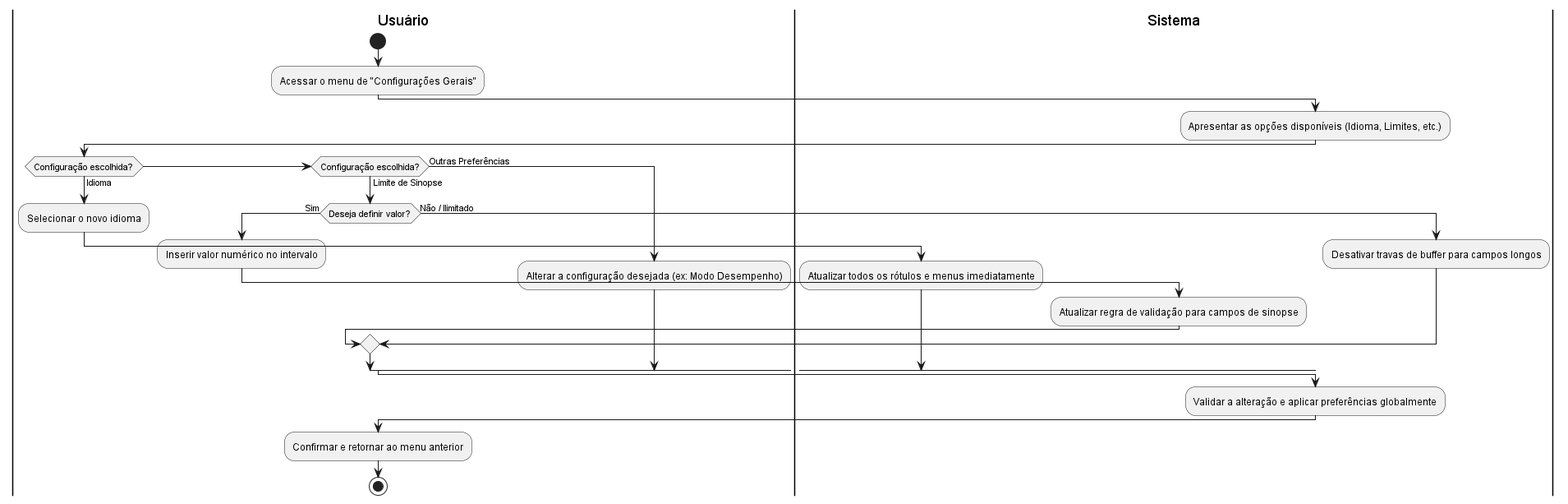
Above: docs/casosUso/imagens/diagramas_atividade/diagrama_UC14.png in aspiringluke/Projeto-Integrado-Mobile (PlantUML), before the change.
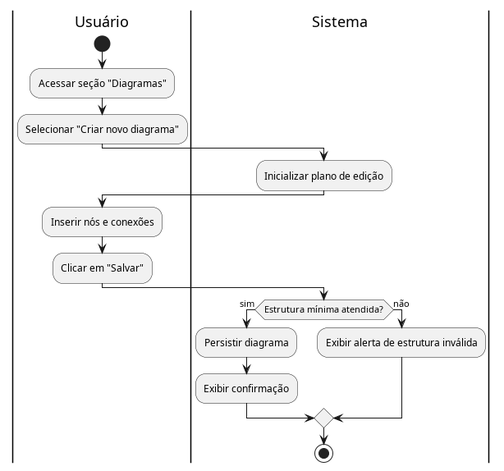
The same diagram one commit later.

What changed in the source:
```diff
@@ -2,34 +2,23 @@
 
 |Usuário|
 start
-:Acessar o menu de "Configurações Gerais";
+:Acessar seção "Diagramas";
+:Selecionar "Criar novo diagrama";
+
 |Sistema|
-:Apresentar as opções disponíveis (Idioma, Limites, etc.);
+:Inicializar plano de edição;
 
 |Usuário|
-if (Configuração escolhida?) then (Idioma)
-    :Selecionar o novo idioma;
-    |Sistema|
-    :Atualizar todos os rótulos e menus imediatamente;
-elseif (Configuração escolhida?) then (Limite de Sinopse)
-    |Usuário|
-    if (Deseja definir valor?) then (Sim)
-        :Inserir valor numérico no intervalo;
-        |Sistema|
-        :Atualizar regra de validação para campos de sinopse;
-    else (Não / Ilimitado)
-        |Sistema|
-        :Desativar travas de buffer para campos longos;
-    endif
-else (Outras Preferências)
-    |Usuário|
-    :Alterar a configuração desejada (ex: Modo Desempenho);
+:Inserir nós e conexões;
+:Clicar em "Salvar";
+
+|Sistema|
+if (Estrutura mínima atendida?) then (sim)
+  :Persistir diagrama;
+  :Exibir confirmação;
+else (não)
+  :Exibir alerta de estrutura inválida;
 endif
 
-|Sistema|
-:Validar a alteração e aplicar preferências globalmente;
-|Usuário|
-:Confirmar e retornar ao menu anterior;
 stop
-
 @enduml
```
